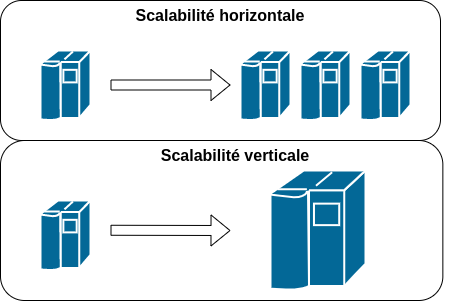
This is docs/img/scalabilite-horizontale-verticale.drawio.png from mborne/cours-devops, a draw.io export, as it was before one commit. Source tidied: cells renumbered, new cells last; positions are measured from the earlier drawing's top-left corner, leaving out a move shared by most shapes. Its diagram source:
```xml
<mxGraphModel>
  <root>
    <mxCell id="0" />
    <mxCell id="1" parent="0" />
    <mxCell id="2" style="group;" parent="1" vertex="1">
      <mxGeometry y="140" width="470" height="160" as="geometry" />
    </mxCell>
    <mxCell id="3" style="rounded=1;whiteSpace=wrap;html=1;fontSize=16;" parent="2" vertex="1">
      <mxGeometry width="442.4" height="160" as="geometry" />
    </mxCell>
    <mxCell id="4" value="&lt;b&gt;&lt;font style=&quot;font-size: 16px&quot;&gt;Scalabilité verticale&lt;/font&gt;&lt;/b&gt;" style="text;html=1;strokeColor=none;fillColor=none;align=center;verticalAlign=middle;whiteSpace=wrap;rounded=0;" parent="2" vertex="1">
      <mxGeometry width="470" height="30" as="geometry" />
    </mxCell>
    <mxCell id="5" style="group;" parent="1" vertex="1">
      <mxGeometry width="440" height="140" as="geometry" />
    </mxCell>
    <mxCell id="6" style="rounded=1;whiteSpace=wrap;html=1;fontSize=16;" parent="5" vertex="1">
      <mxGeometry width="440" height="140" as="geometry" />
    </mxCell>
    <mxCell id="7" value="&lt;b&gt;&lt;font style=&quot;font-size: 16px&quot;&gt;Scalabilité horizontale&lt;/font&gt;&lt;/b&gt;" style="text;html=1;strokeColor=none;fillColor=none;align=center;verticalAlign=middle;whiteSpace=wrap;rounded=0;" parent="5" vertex="1">
      <mxGeometry width="440" height="30" as="geometry" />
    </mxCell>
    <mxCell id="8" style="shape=mxgraph.cisco.computers_and_peripherals.ibm_mainframe;html=1;dashed=0;fillColor=#036897;strokeColor=#ffffff;strokeWidth=2;verticalLabelPosition=bottom;verticalAlign=top;align=center;" parent="1" vertex="1">
      <mxGeometry x="40" y="200" width="50" height="70" as="geometry" />
    </mxCell>
    <mxCell id="9" style="shape=mxgraph.cisco.computers_and_peripherals.ibm_mainframe;html=1;dashed=0;fillColor=#036897;strokeColor=#ffffff;strokeWidth=2;verticalLabelPosition=bottom;verticalAlign=top;align=center;" parent="1" vertex="1">
      <mxGeometry x="270" y="170" width="95" height="120" as="geometry" />
    </mxCell>
    <mxCell id="10" style="shape=flexArrow;endArrow=classic;html=1;rounded=0;fontSize=16;" parent="1" edge="1">
      <mxGeometry relative="1" as="geometry">
        <mxPoint x="110" y="229.8" as="sourcePoint" />
        <mxPoint x="230" y="230" as="targetPoint" />
      </mxGeometry>
    </mxCell>
    <mxCell id="11" style="shape=mxgraph.cisco.computers_and_peripherals.ibm_mainframe;html=1;dashed=0;fillColor=#036897;strokeColor=#ffffff;strokeWidth=2;verticalLabelPosition=bottom;verticalAlign=top;align=center;" parent="1" vertex="1">
      <mxGeometry x="40" y="50" width="50" height="70" as="geometry" />
    </mxCell>
    <mxCell id="12" style="shape=flexArrow;endArrow=classic;html=1;rounded=0;fontSize=16;" parent="1" edge="1">
      <mxGeometry relative="1" as="geometry">
        <mxPoint x="110" y="84.5" as="sourcePoint" />
        <mxPoint x="230" y="84.5" as="targetPoint" />
      </mxGeometry>
    </mxCell>
    <mxCell id="13" style="shape=mxgraph.cisco.computers_and_peripherals.ibm_mainframe;html=1;dashed=0;fillColor=#036897;strokeColor=#ffffff;strokeWidth=2;verticalLabelPosition=bottom;verticalAlign=top;align=center;" parent="1" vertex="1">
      <mxGeometry x="240" y="50" width="50" height="70" as="geometry" />
    </mxCell>
    <mxCell id="14" style="shape=mxgraph.cisco.computers_and_peripherals.ibm_mainframe;html=1;dashed=0;fillColor=#036897;strokeColor=#ffffff;strokeWidth=2;verticalLabelPosition=bottom;verticalAlign=top;align=center;" parent="1" vertex="1">
      <mxGeometry x="300" y="50" width="50" height="70" as="geometry" />
    </mxCell>
    <mxCell id="15" style="shape=mxgraph.cisco.computers_and_peripherals.ibm_mainframe;html=1;dashed=0;fillColor=#036897;strokeColor=#ffffff;strokeWidth=2;verticalLabelPosition=bottom;verticalAlign=top;align=center;" parent="1" vertex="1">
      <mxGeometry x="360" y="50" width="50" height="70" as="geometry" />
    </mxCell>
  </root>
</mxGraphModel>
```
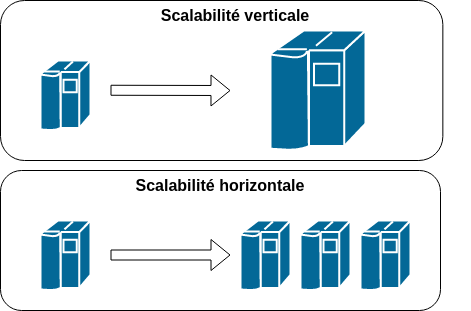
Above is the later version.

Change to the diagram source:
```diff
@@ -2,15 +2,6 @@
   <root>
     <mxCell id="0" />
     <mxCell id="1" parent="0" />
-    <mxCell id="2" style="group;" parent="1" vertex="1">
-      <mxGeometry y="140" width="470" height="160" as="geometry" />
-    </mxCell>
-    <mxCell id="3" style="rounded=1;whiteSpace=wrap;html=1;fontSize=16;" parent="2" vertex="1">
-      <mxGeometry width="442.4" height="160" as="geometry" />
-    </mxCell>
-    <mxCell id="4" value="&lt;b&gt;&lt;font style=&quot;font-size: 16px&quot;&gt;Scalabilité verticale&lt;/font&gt;&lt;/b&gt;" style="text;html=1;strokeColor=none;fillColor=none;align=center;verticalAlign=middle;whiteSpace=wrap;rounded=0;" parent="2" vertex="1">
-      <mxGeometry width="470" height="30" as="geometry" />
-    </mxCell>
     <mxCell id="5" style="group;" parent="1" vertex="1">
       <mxGeometry width="440" height="140" as="geometry" />
     </mxCell>
@@ -20,18 +11,6 @@
     <mxCell id="7" value="&lt;b&gt;&lt;font style=&quot;font-size: 16px&quot;&gt;Scalabilité horizontale&lt;/font&gt;&lt;/b&gt;" style="text;html=1;strokeColor=none;fillColor=none;align=center;verticalAlign=middle;whiteSpace=wrap;rounded=0;" parent="5" vertex="1">
       <mxGeometry width="440" height="30" as="geometry" />
     </mxCell>
-    <mxCell id="8" style="shape=mxgraph.cisco.computers_and_peripherals.ibm_mainframe;html=1;dashed=0;fillColor=#036897;strokeColor=#ffffff;strokeWidth=2;verticalLabelPosition=bottom;verticalAlign=top;align=center;" parent="1" vertex="1">
-      <mxGeometry x="40" y="200" width="50" height="70" as="geometry" />
-    </mxCell>
-    <mxCell id="9" style="shape=mxgraph.cisco.computers_and_peripherals.ibm_mainframe;html=1;dashed=0;fillColor=#036897;strokeColor=#ffffff;strokeWidth=2;verticalLabelPosition=bottom;verticalAlign=top;align=center;" parent="1" vertex="1">
-      <mxGeometry x="270" y="170" width="95" height="120" as="geometry" />
-    </mxCell>
-    <mxCell id="10" style="shape=flexArrow;endArrow=classic;html=1;rounded=0;fontSize=16;" parent="1" edge="1">
-      <mxGeometry relative="1" as="geometry">
-        <mxPoint x="110" y="229.8" as="sourcePoint" />
-        <mxPoint x="230" y="230" as="targetPoint" />
-      </mxGeometry>
-    </mxCell>
     <mxCell id="11" style="shape=mxgraph.cisco.computers_and_peripherals.ibm_mainframe;html=1;dashed=0;fillColor=#036897;strokeColor=#ffffff;strokeWidth=2;verticalLabelPosition=bottom;verticalAlign=top;align=center;" parent="1" vertex="1">
       <mxGeometry x="40" y="50" width="50" height="70" as="geometry" />
     </mxCell>
@@ -50,5 +29,26 @@
     <mxCell id="15" style="shape=mxgraph.cisco.computers_and_peripherals.ibm_mainframe;html=1;dashed=0;fillColor=#036897;strokeColor=#ffffff;strokeWidth=2;verticalLabelPosition=bottom;verticalAlign=top;align=center;" parent="1" vertex="1">
       <mxGeometry x="360" y="50" width="50" height="70" as="geometry" />
     </mxCell>
+    <mxCell id="16" style="group;" parent="1" vertex="1">
+      <mxGeometry y="-170" width="470" height="160" as="geometry" />
+    </mxCell>
+    <mxCell id="3" style="rounded=1;whiteSpace=wrap;html=1;fontSize=16;" parent="16" vertex="1">
+      <mxGeometry width="442.4" height="160" as="geometry" />
+    </mxCell>
+    <mxCell id="4" value="&lt;b&gt;&lt;font style=&quot;font-size: 16px&quot;&gt;Scalabilité verticale&lt;/font&gt;&lt;/b&gt;" style="text;html=1;strokeColor=none;fillColor=none;align=center;verticalAlign=middle;whiteSpace=wrap;rounded=0;" parent="16" vertex="1">
+      <mxGeometry width="470" height="30" as="geometry" />
+    </mxCell>
+    <mxCell id="17" style="shape=mxgraph.cisco.computers_and_peripherals.ibm_mainframe;html=1;dashed=0;fillColor=#036897;strokeColor=#ffffff;strokeWidth=2;verticalLabelPosition=bottom;verticalAlign=top;align=center;" parent="1" vertex="1">
+      <mxGeometry x="40" y="-110" width="50" height="70" as="geometry" />
+    </mxCell>
+    <mxCell id="18" style="shape=mxgraph.cisco.computers_and_peripherals.ibm_mainframe;html=1;dashed=0;fillColor=#036897;strokeColor=#ffffff;strokeWidth=2;verticalLabelPosition=bottom;verticalAlign=top;align=center;" parent="1" vertex="1">
+      <mxGeometry x="270" y="-140" width="95" height="120" as="geometry" />
+    </mxCell>
+    <mxCell id="19" style="shape=flexArrow;endArrow=classic;html=1;rounded=0;fontSize=16;" parent="1" edge="1">
+      <mxGeometry relative="1" as="geometry">
+        <mxPoint x="110" y="-80.2" as="sourcePoint" />
+        <mxPoint x="230" y="-80" as="targetPoint" />
+      </mxGeometry>
+    </mxCell>
   </root>
 </mxGraphModel>
```
